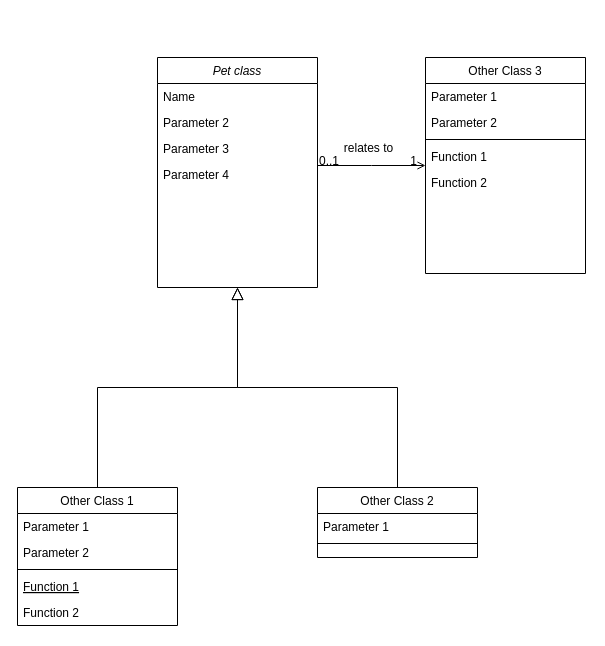
SinnottTM/codeclan_w5_vet_management_project keeps this draw.io diagram as vet_management_app/app_documentation/Pet Class Diagram.drawio. Above is the earlier version. Source tidied: cells renumbered, new cells numbered last; positions are measured from the earlier drawing's top-left corner, leaving out a move shared by most shapes. Both pictures are drawn from the tidied source at 100%, with x=0, y=0 at pixel (17, 57).
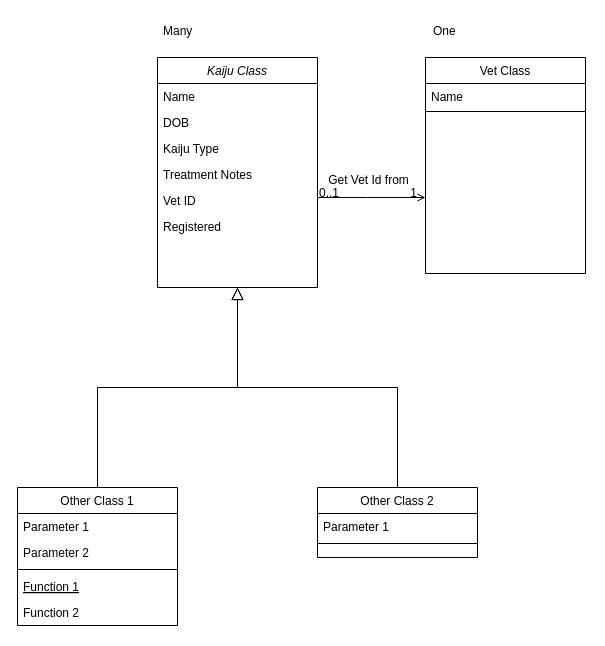
After the change.

What changed in the source:
```diff
@@
-    <mxCell id="2" value="Pet class" style="swimlane;fontStyle=2;align=center;verticalAlign=top;horizontal=1;startSize=26;rounded=0;shadow=0;strokeWidth=1;" parent="1" vertex="1">
+    <mxCell id="2" value="Kaiju Class" style="swimlane;fontStyle=2;align=center;verticalAlign=top;horizontal=1;startSize=26;rounded=0;shadow=0;strokeWidth=1;" parent="1" vertex="1">
       <mxGeometry x="140" width="160" height="230" as="geometry" />
     </mxCell>
@@
-    <mxCell id="4" value="Parameter 2" style="text;align=left;verticalAlign=top;spacingLeft=4;spacingRight=4;overflow=hidden;rounded=0;shadow=0;html=0;" parent="2" vertex="1">
+    <mxCell id="4" value="DOB" style="text;align=left;verticalAlign=top;spacingLeft=4;spacingRight=4;overflow=hidden;rounded=0;shadow=0;html=0;" parent="2" vertex="1">
       <mxGeometry y="52" width="160" height="26" as="geometry" />
     </mxCell>
-    <mxCell id="5" value="Parameter 3" style="text;align=left;verticalAlign=top;spacingLeft=4;spacingRight=4;overflow=hidden;rounded=0;shadow=0;html=0;" parent="2" vertex="1">
+    <mxCell id="5" value="Kaiju Type" style="text;align=left;verticalAlign=top;spacingLeft=4;spacingRight=4;overflow=hidden;rounded=0;shadow=0;html=0;" parent="2" vertex="1">
       <mxGeometry y="78" width="160" height="26" as="geometry" />
     </mxCell>
-    <mxCell id="6" value="Parameter 4" style="text;align=left;verticalAlign=top;spacingLeft=4;spacingRight=4;overflow=hidden;" parent="2" vertex="1">
+    <mxCell id="6" value="Treatment Notes" style="text;align=left;verticalAlign=top;spacingLeft=4;spacingRight=4;overflow=hidden;" parent="2" vertex="1">
       <mxGeometry y="104" width="160" height="26" as="geometry" />
     </mxCell>
+    <mxCell id="28" value="Vet ID" style="text;align=left;verticalAlign=top;spacingLeft=4;spacingRight=4;overflow=hidden;" parent="2" vertex="1">
+      <mxGeometry y="130" width="160" height="26" as="geometry" />
+    </mxCell>
+    <mxCell id="29" value="Registered" style="text;align=left;verticalAlign=top;spacingLeft=4;spacingRight=4;overflow=hidden;" parent="2" vertex="1">
+      <mxGeometry y="156" width="160" height="26" as="geometry" />
+    </mxCell>
@@
-    <mxCell id="18" value="Other Class 3" style="swimlane;fontStyle=0;align=center;verticalAlign=top;horizontal=1;startSize=26;rounded=0;shadow=0;strokeWidth=1;" parent="1" vertex="1">
+    <mxCell id="18" value="Vet Class" style="swimlane;fontStyle=0;align=center;verticalAlign=top;horizontal=1;startSize=26;rounded=0;shadow=0;strokeWidth=1;" parent="1" vertex="1">
       <mxGeometry x="408" width="160" height="216" as="geometry" />
     </mxCell>
-    <mxCell id="19" value="Parameter 1" style="text;align=left;verticalAlign=top;spacingLeft=4;spacingRight=4;overflow=hidden;" parent="18" vertex="1">
-      <mxGeometry y="26" width="160" height="26" as="geometry" />
+    <mxCell id="19" value="Name" style="text;align=left;verticalAlign=top;spacingLeft=4;spacingRight=4;overflow=hidden;" parent="18" vertex="1">
+      <mxGeometry y="26" width="160" height="24" as="geometry" />
     </mxCell>
-    <mxCell id="20" value="Parameter 2" style="text;align=left;verticalAlign=top;spacingLeft=4;spacingRight=4;overflow=hidden;rounded=0;shadow=0;html=0;" parent="18" vertex="1">
-      <mxGeometry y="52" width="160" height="26" as="geometry" />
-    </mxCell>
     <mxCell id="21" style="line;html=1;strokeWidth=1;align=left;verticalAlign=middle;spacingTop=-1;spacingLeft=3;spacingRight=3;labelPosition=right;" parent="18" vertex="1">
-      <mxGeometry y="78" width="160" height="8" as="geometry" />
+      <mxGeometry y="50" width="160" height="8" as="geometry" />
     </mxCell>
-    <mxCell id="22" value="Function 1" style="text;align=left;verticalAlign=top;spacingLeft=4;spacingRight=4;overflow=hidden;" parent="18" vertex="1">
-      <mxGeometry y="86" width="160" height="26" as="geometry" />
-    </mxCell>
-    <mxCell id="23" value="Function 2" style="text;align=left;verticalAlign=top;spacingLeft=4;spacingRight=4;overflow=hidden;" parent="18" vertex="1">
-      <mxGeometry y="112" width="160" height="26" as="geometry" />
-    </mxCell>
     <mxCell id="24" style="endArrow=open;shadow=0;strokeWidth=1;rounded=0;endFill=1;edgeStyle=elbowEdgeStyle;elbow=vertical;" parent="1" edge="1" source="2" target="18">
       <mxGeometry x="0.5" y="41" relative="1" as="geometry">
+        <Array as="points">
+          <mxPoint x="350" y="140" />
+        </Array>
         <mxPoint x="-40" y="32" as="offset" />
       </mxGeometry>
     </mxCell>
@@
-    <mxCell id="27" value="relates to" style="text;html=1;align=center;verticalAlign=middle;labelBackgroundColor=none;rounded=0;shadow=0;strokeWidth=1;fontSize=12;" parent="24" vertex="1">
+    <mxCell id="27" value="Get Vet Id from" style="text;html=1;align=center;verticalAlign=middle;labelBackgroundColor=none;rounded=0;shadow=0;strokeWidth=1;fontSize=12;" parent="24" vertex="1">
       <mxGeometry x="0.5" y="49" relative="1" as="geometry">
         <mxPoint x="-31" y="31" as="offset" />
       </mxGeometry>
     </mxCell>
+    <mxCell id="30" value="Many" style="text;align=left;verticalAlign=top;spacingLeft=4;spacingRight=4;overflow=hidden;" parent="1" vertex="1">
+      <mxGeometry x="140" y="-40" width="160" height="26" as="geometry" />
+    </mxCell>
+    <mxCell id="31" value="One" style="text;align=left;verticalAlign=top;spacingLeft=4;spacingRight=4;overflow=hidden;" parent="1" vertex="1">
+      <mxGeometry x="410" y="-40" width="160" height="26" as="geometry" />
+    </mxCell>
```
